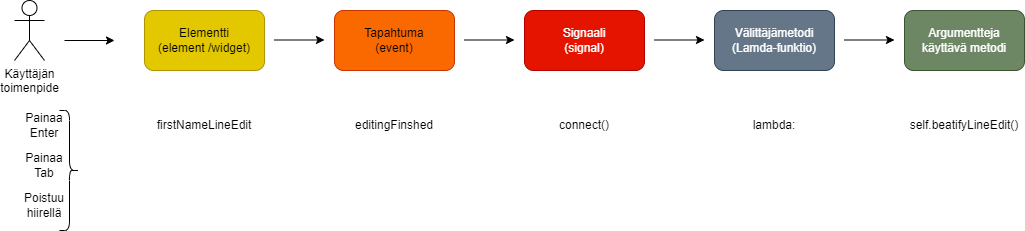
The draw.io diagram docs/pictures/SignalSlotLambda.drawio.png in 50904/PythonYmparisto, before a commit. Source tidied: cells renumbered, new cells last; positions are measured from the earlier drawing's top-left corner, leaving out a move shared by most shapes. Source of this version:
```xml
<mxGraphModel>
  <root>
    <mxCell id="0" />
    <mxCell id="1" parent="0" />
    <mxCell id="2" style="endArrow=classic;html=1;rounded=0;" parent="1" edge="1">
      <mxGeometry relative="1" as="geometry">
        <mxPoint x="50" y="40" as="sourcePoint" />
        <mxPoint x="100" y="40" as="targetPoint" />
      </mxGeometry>
    </mxCell>
    <mxCell id="3" value="Käyttäjän&lt;div&gt;toimenpide&lt;/div&gt;" style="shape=umlActor;verticalLabelPosition=bottom;verticalAlign=top;html=1;" parent="1" vertex="1">
      <mxGeometry width="30" height="60" as="geometry" />
    </mxCell>
    <mxCell id="4" value="Elementti&lt;div&gt;(element /widget)&lt;/div&gt;" style="rounded=1;whiteSpace=wrap;html=1;fillColor=#e3c800;fontColor=#000000;strokeColor=#B09500;" parent="1" vertex="1">
      <mxGeometry x="130" y="10" width="120" height="60" as="geometry" />
    </mxCell>
    <mxCell id="5" value="Tapahtuma&lt;div&gt;(event)&lt;/div&gt;" style="rounded=1;whiteSpace=wrap;html=1;fillColor=#fa6800;fontColor=#000000;strokeColor=#C73500;" parent="1" vertex="1">
      <mxGeometry x="320" y="10" width="120" height="60" as="geometry" />
    </mxCell>
    <mxCell id="6" value="Signaali&lt;div&gt;(signal)&lt;/div&gt;" style="rounded=1;whiteSpace=wrap;html=1;fillColor=#e51400;fontColor=#ffffff;strokeColor=#B20000;" parent="1" vertex="1">
      <mxGeometry x="510" y="10" width="120" height="60" as="geometry" />
    </mxCell>
    <mxCell id="7" value="Välittäjämetodi&lt;div&gt;(Lamda-funktio)&lt;/div&gt;" style="rounded=1;whiteSpace=wrap;html=1;fillColor=#647687;fontColor=#ffffff;strokeColor=#314354;" parent="1" vertex="1">
      <mxGeometry x="700" y="10" width="120" height="60" as="geometry" />
    </mxCell>
    <mxCell id="8" style="endArrow=classic;html=1;rounded=0;" parent="1" edge="1">
      <mxGeometry relative="1" as="geometry">
        <mxPoint x="260" y="39.5" as="sourcePoint" />
        <mxPoint x="310" y="39.5" as="targetPoint" />
      </mxGeometry>
    </mxCell>
    <mxCell id="9" style="endArrow=classic;html=1;rounded=0;" parent="1" edge="1">
      <mxGeometry relative="1" as="geometry">
        <mxPoint x="450" y="39.5" as="sourcePoint" />
        <mxPoint x="500" y="39.5" as="targetPoint" />
      </mxGeometry>
    </mxCell>
    <mxCell id="10" style="endArrow=classic;html=1;rounded=0;" parent="1" edge="1">
      <mxGeometry relative="1" as="geometry">
        <mxPoint x="640" y="39.5" as="sourcePoint" />
        <mxPoint x="690" y="39.5" as="targetPoint" />
      </mxGeometry>
    </mxCell>
    <mxCell id="11" value="Painaa&lt;div&gt;Enter&lt;/div&gt;" style="text;html=1;align=center;verticalAlign=middle;whiteSpace=wrap;rounded=0;" parent="1" vertex="1">
      <mxGeometry y="110" width="60" height="30" as="geometry" />
    </mxCell>
    <mxCell id="12" value="firstNameLineEdit" style="text;html=1;align=center;verticalAlign=middle;whiteSpace=wrap;rounded=0;" parent="1" vertex="1">
      <mxGeometry x="130" y="110" width="120" height="30" as="geometry" />
    </mxCell>
    <mxCell id="13" value="editingFinshed" style="text;html=1;align=center;verticalAlign=middle;whiteSpace=wrap;rounded=0;" parent="1" vertex="1">
      <mxGeometry x="320" y="110" width="120" height="30" as="geometry" />
    </mxCell>
    <mxCell id="14" value="Painaa&lt;div&gt;Tab&lt;/div&gt;" style="text;html=1;align=center;verticalAlign=middle;whiteSpace=wrap;rounded=0;" parent="1" vertex="1">
      <mxGeometry y="150" width="60" height="30" as="geometry" />
    </mxCell>
    <mxCell id="15" value="Poistuu&lt;div&gt;hiirellä&lt;/div&gt;" style="text;html=1;align=center;verticalAlign=middle;whiteSpace=wrap;rounded=0;" parent="1" vertex="1">
      <mxGeometry y="190" width="60" height="30" as="geometry" />
    </mxCell>
    <mxCell id="16" value="connect()" style="text;html=1;align=center;verticalAlign=middle;whiteSpace=wrap;rounded=0;" parent="1" vertex="1">
      <mxGeometry x="510" y="110" width="120" height="30" as="geometry" />
    </mxCell>
    <mxCell id="17" value="self.beatifyLineEdit()" style="text;html=1;align=center;verticalAlign=middle;whiteSpace=wrap;rounded=0;" parent="1" vertex="1">
      <mxGeometry x="890" y="110" width="120" height="30" as="geometry" />
    </mxCell>
    <mxCell id="18" style="shape=curlyBracket;whiteSpace=wrap;html=1;rounded=1;flipH=1;labelPosition=right;verticalLabelPosition=middle;align=left;verticalAlign=middle;size=0.5;" parent="1" vertex="1">
      <mxGeometry x="45" y="110" width="20" height="120" as="geometry" />
    </mxCell>
    <mxCell id="19" value="Argumentteja käyttävä metodi" style="rounded=1;whiteSpace=wrap;html=1;fillColor=#6d8764;fontColor=#ffffff;strokeColor=#3A5431;" parent="1" vertex="1">
      <mxGeometry x="890" y="10" width="120" height="60" as="geometry" />
    </mxCell>
    <mxCell id="20" style="endArrow=classic;html=1;rounded=0;" parent="1" edge="1">
      <mxGeometry relative="1" as="geometry">
        <mxPoint x="830" y="39.5" as="sourcePoint" />
        <mxPoint x="880" y="39.5" as="targetPoint" />
      </mxGeometry>
    </mxCell>
    <mxCell id="21" value="lambda:" style="text;html=1;align=center;verticalAlign=middle;whiteSpace=wrap;rounded=0;" parent="1" vertex="1">
      <mxGeometry x="700" y="110" width="120" height="30" as="geometry" />
    </mxCell>
  </root>
</mxGraphModel>
```
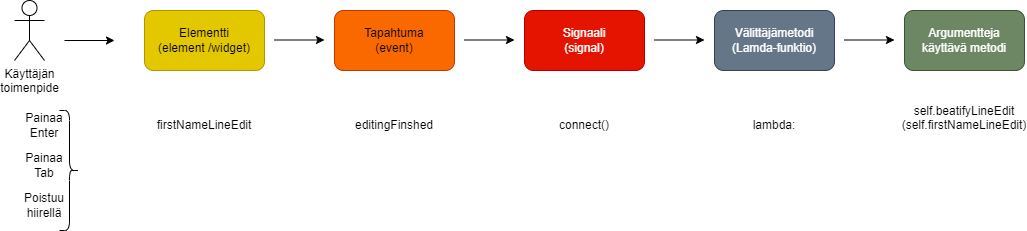
The same diagram one commit later.

Commit message:
Lisätty puuttuva argumentti

Diff of the diagram source:
```diff
@@ -59,7 +59,7 @@
     <mxCell id="16" value="connect()" style="text;html=1;align=center;verticalAlign=middle;whiteSpace=wrap;rounded=0;" parent="1" vertex="1">
       <mxGeometry x="510" y="110" width="120" height="30" as="geometry" />
     </mxCell>
-    <mxCell id="17" value="self.beatifyLineEdit()" style="text;html=1;align=center;verticalAlign=middle;whiteSpace=wrap;rounded=0;" parent="1" vertex="1">
+    <mxCell id="17" value="self.beatifyLineEdit&lt;div&gt;(self.firstNameLineEdit)&lt;div&gt;&lt;br&gt;&lt;/div&gt;&lt;/div&gt;" style="text;html=1;align=center;verticalAlign=middle;whiteSpace=wrap;rounded=0;" parent="1" vertex="1">
       <mxGeometry x="890" y="110" width="120" height="30" as="geometry" />
     </mxCell>
     <mxCell id="18" style="shape=curlyBracket;whiteSpace=wrap;html=1;rounded=1;flipH=1;labelPosition=right;verticalLabelPosition=middle;align=left;verticalAlign=middle;size=0.5;" parent="1" vertex="1">
```
